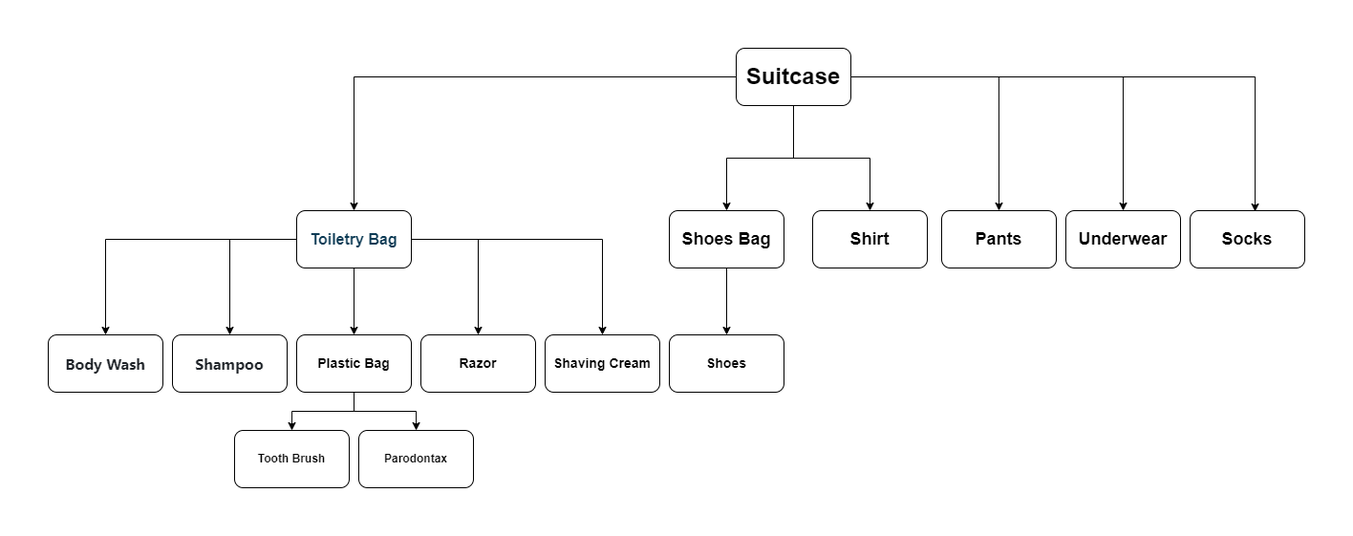
Above: Laboration4/src/Diagram/Suitcase_as_Composite.png in Fluntin/Software-Engineering (draw.io), before the change. Source tidied: cells renumbered, new cells last; positions are measured from the earlier drawing's top-left corner, leaving out a move shared by most shapes.
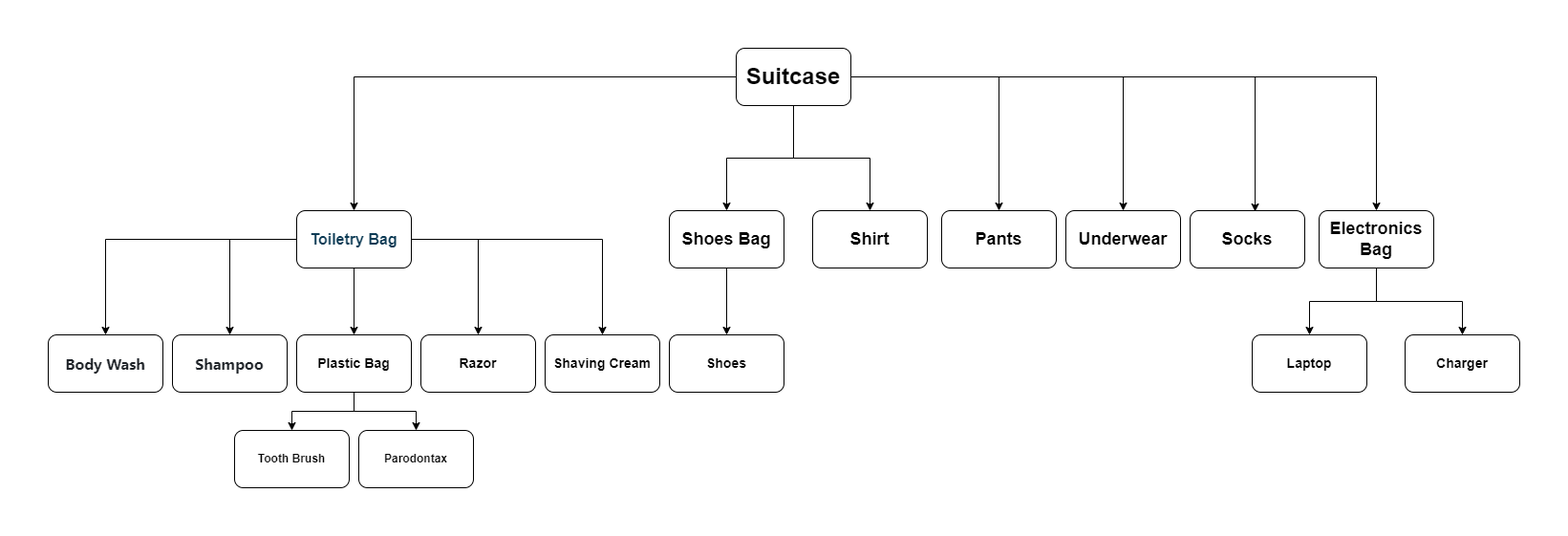
After the commit.

Commit message:
Suitcase packed

What changed in the source:
```diff
@@ -20,6 +20,9 @@
     <mxCell id="7" style="edgeStyle=orthogonalEdgeStyle;rounded=0;jettySize=auto;html=1;entryX=0.567;entryY=0.017;entryDx=0;entryDy=0;entryPerimeter=0;fontFamily=Helvetica;" parent="1" edge="1" source="8" target="29">
       <mxGeometry relative="1" as="geometry" />
     </mxCell>
+    <mxCell id="31" style="edgeStyle=orthogonalEdgeStyle;rounded=0;jettySize=auto;html=1;entryX=0.5;entryY=0;entryDx=0;entryDy=0;" parent="1" edge="1" source="8" target="34">
+      <mxGeometry relative="1" as="geometry" />
+    </mxCell>
     <mxCell id="8" value="&lt;h1&gt;Suitcase&lt;/h1&gt;" style="rounded=1;whiteSpace=wrap;html=1;" parent="1" vertex="1">
       <mxGeometry x="720" width="120" height="60" as="geometry" />
     </mxCell>
@@ -89,5 +92,20 @@
     <mxCell id="30" value="&lt;h2&gt;Underwear&lt;/h2&gt;" style="rounded=1;whiteSpace=wrap;html=1;fontFamily=Helvetica;" parent="1" vertex="1">
       <mxGeometry x="1065" y="170" width="120" height="60" as="geometry" />
     </mxCell>
+    <mxCell id="32" style="edgeStyle=orthogonalEdgeStyle;rounded=0;jettySize=auto;html=1;" parent="1" edge="1" source="34" target="35">
+      <mxGeometry relative="1" as="geometry" />
+    </mxCell>
+    <mxCell id="33" style="edgeStyle=orthogonalEdgeStyle;rounded=0;jettySize=auto;html=1;entryX=0.5;entryY=0;entryDx=0;entryDy=0;" parent="1" edge="1" source="34" target="36">
+      <mxGeometry relative="1" as="geometry" />
+    </mxCell>
+    <mxCell id="34" value="&lt;h2&gt;Electronics Bag&lt;/h2&gt;" style="rounded=1;whiteSpace=wrap;html=1;fontFamily=Helvetica;" parent="1" vertex="1">
+      <mxGeometry x="1330" y="170" width="120" height="60" as="geometry" />
+    </mxCell>
+    <mxCell id="35" value="&lt;h3&gt;Laptop&lt;/h3&gt;" style="rounded=1;whiteSpace=wrap;html=1;fontFamily=Helvetica;" parent="1" vertex="1">
+      <mxGeometry x="1260" y="300" width="120" height="60" as="geometry" />
+    </mxCell>
+    <mxCell id="36" value="&lt;h3&gt;Charger&lt;/h3&gt;" style="rounded=1;whiteSpace=wrap;html=1;fontFamily=Helvetica;" parent="1" vertex="1">
+      <mxGeometry x="1420" y="300" width="120" height="60" as="geometry" />
+    </mxCell>
   </root>
 </mxGraphModel>
```
